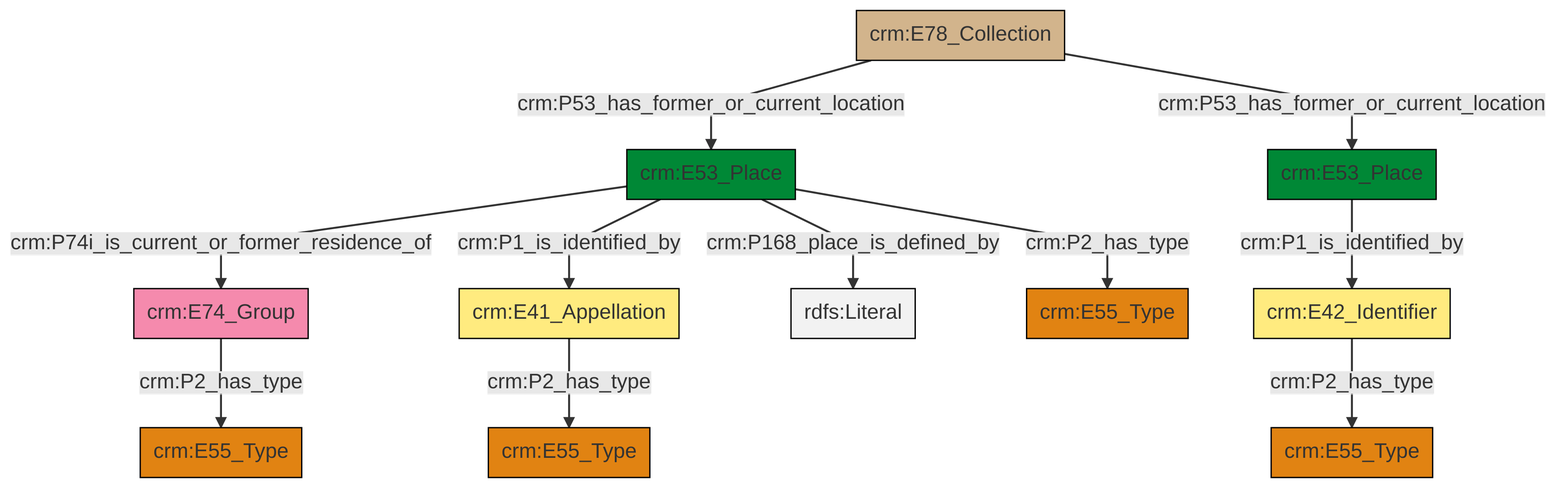
This is et/archivalCSV/ttl/mmd/png/archival_location.png from swiss-art-research-net/docs.swissartresearch, a Mermaid export, as it was before one commit. Its source is kept beside it as et/archivalCSV/ttl/mmd/archival_location.ttl.mmd.
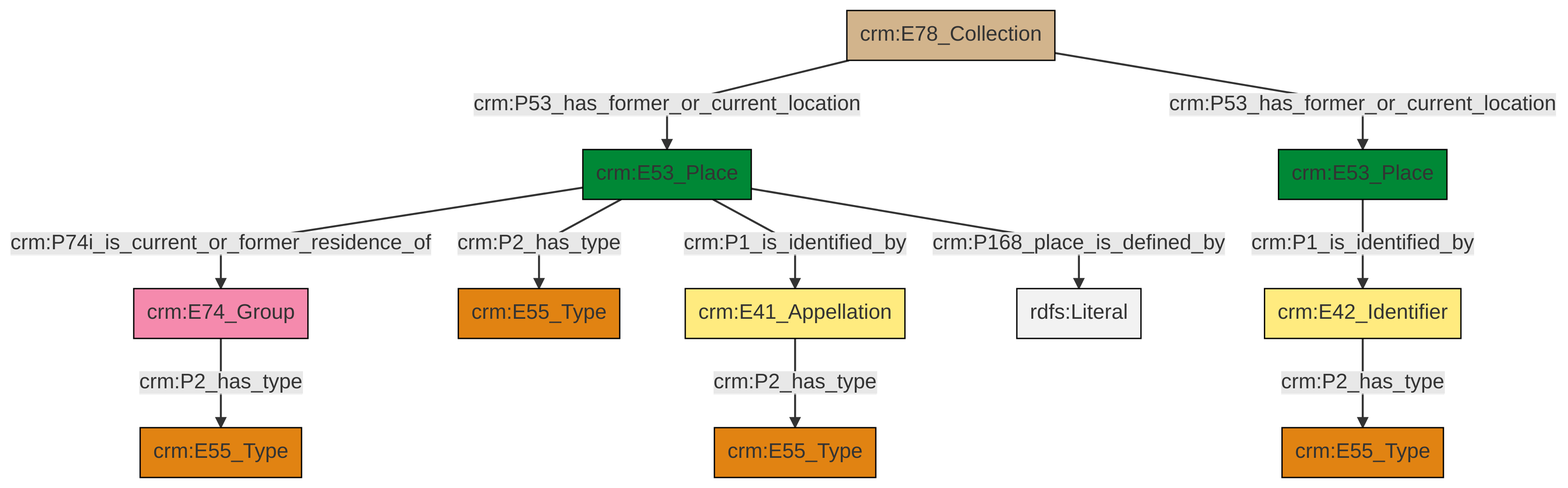
After the change.

Diff of the diagram source:
```diff
@@ -13,13 +13,13 @@
 classDef PC_Classes fill:#4ce600, stroke:#000000;
 classDef Multi fill:#cccccc,stroke:#000000;
 
-0["crm:E53_Place"]:::Place -->|crm:P1_is_identified_by| 2["crm:E42_Identifier"]:::Appellation
-7["crm:E78_Collection"]:::Physical_Thing -->|crm:P53_has_former_or_current_location| 8["crm:E53_Place"]:::Place
-2["crm:E42_Identifier"]:::Appellation -->|crm:P2_has_type| 10["crm:E55_Type"]:::Type
-14["crm:E74_Group"]:::Actor -->|crm:P2_has_type| 11["crm:E55_Type"]:::Type
-8["crm:E53_Place"]:::Place -->|crm:P74i_is_current_or_former_residence_of| 14["crm:E74_Group"]:::Actor
-8["crm:E53_Place"]:::Place -->|crm:P1_is_identified_by| 17["crm:E41_Appellation"]:::Appellation
-8["crm:E53_Place"]:::Place -->|crm:P168_place_is_defined_by| 18[rdfs:Literal]:::Literal
-8["crm:E53_Place"]:::Place -->|crm:P2_has_type| 3["crm:E55_Type"]:::Type
-7["crm:E78_Collection"]:::Physical_Thing -->|crm:P53_has_former_or_current_location| 0["crm:E53_Place"]:::Place
-17["crm:E41_Appellation"]:::Appellation -->|crm:P2_has_type| 5["crm:E55_Type"]:::Type
+6["crm:E78_Collection"]:::Physical_Thing -->|crm:P53_has_former_or_current_location| 7["crm:E53_Place"]:::Place
+10["crm:E42_Identifier"]:::Appellation -->|crm:P2_has_type| 2["crm:E55_Type"]:::Type
+7["crm:E53_Place"]:::Place -->|crm:P168_place_is_defined_by| 11[rdfs:Literal]:::Literal
+14["crm:E53_Place"]:::Place -->|crm:P1_is_identified_by| 10["crm:E42_Identifier"]:::Appellation
+7["crm:E53_Place"]:::Place -->|crm:P74i_is_current_or_former_residence_of| 18["crm:E74_Group"]:::Actor
+7["crm:E53_Place"]:::Place -->|crm:P2_has_type| 8["crm:E55_Type"]:::Type
+6["crm:E78_Collection"]:::Physical_Thing -->|crm:P53_has_former_or_current_location| 14["crm:E53_Place"]:::Place
+4["crm:E41_Appellation"]:::Appellation -->|crm:P2_has_type| 12["crm:E55_Type"]:::Type
+18["crm:E74_Group"]:::Actor -->|crm:P2_has_type| 0["crm:E55_Type"]:::Type
+7["crm:E53_Place"]:::Place -->|crm:P1_is_identified_by| 4["crm:E41_Appellation"]:::Appellation
```
